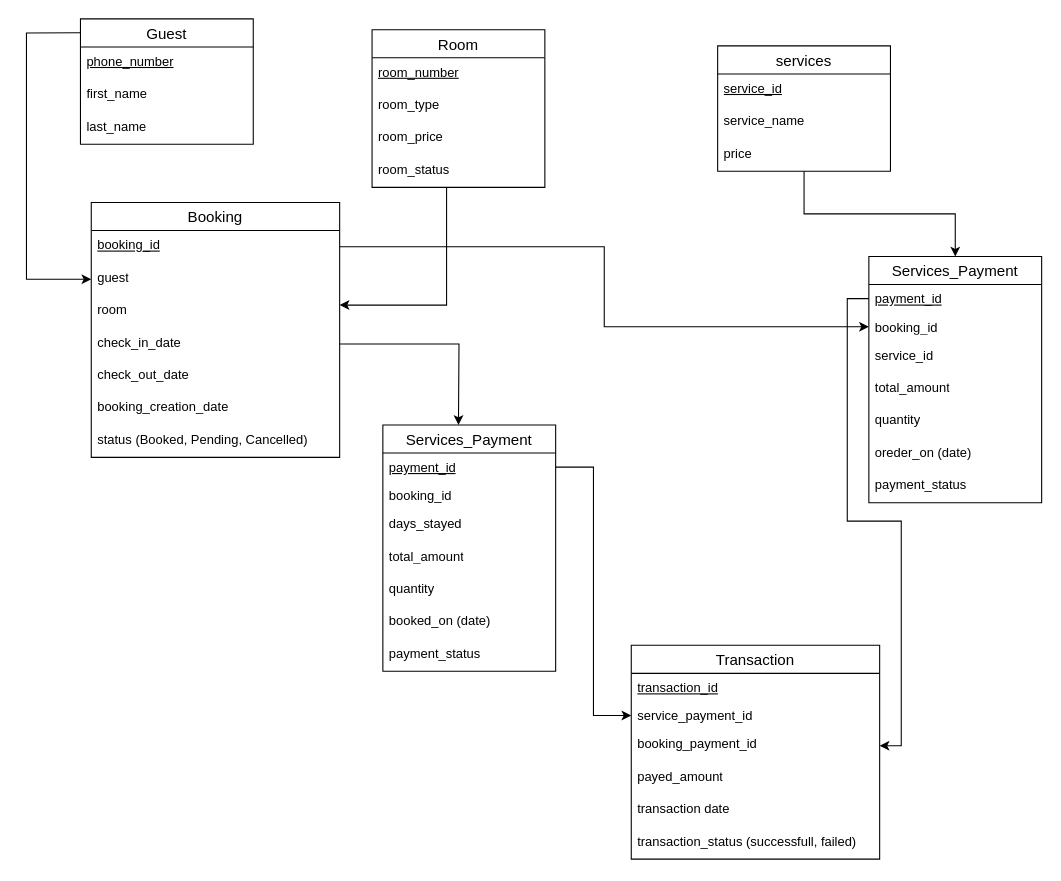
This is page "Booking Table relations" (1 of 2) of er_diagrams/eii_management.drawio from chillin9panda/hotel-system-demo, a draw.io file, before an edit. Source tidied: cells renumbered, new cells numbered last; positions are measured from the earlier drawing's top-left corner, leaving out a move shared by most shapes. Both pictures are drawn from the tidied source at 108%, with x=0, y=0 at pixel (26, 18).
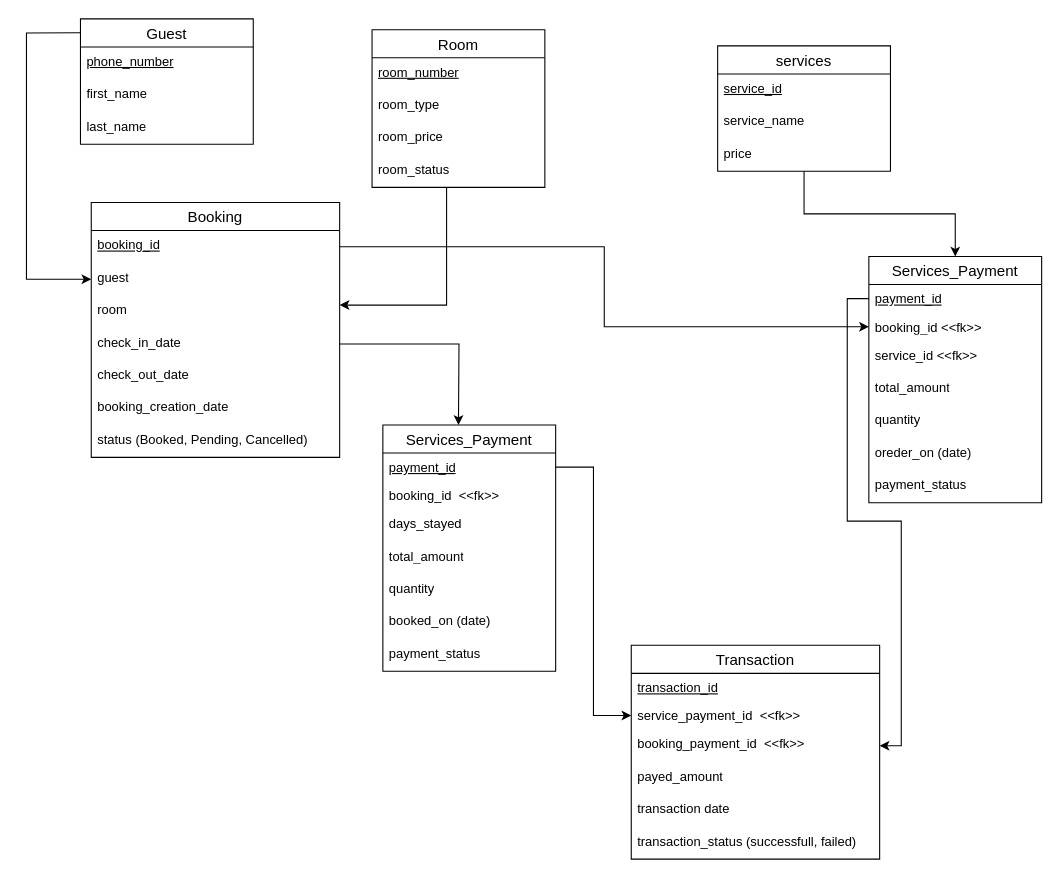
Above is the later version.

Commit message (it also covers changes not shown here):
booking relation drfinition typo fixe

Unchanged cells that the change refers to:
```xml
<mxCell id="26" value="Services_Payment" style="swimlane;fontStyle=0;horizontal=1;startSize=26;align=center;fontSize=14;" parent="1" vertex="1">
  <mxGeometry x="780" y="220" width="160" height="228" as="geometry" />
</mxCell>
<mxCell id="36" value="Services_Payment" style="swimlane;fontStyle=0;horizontal=1;startSize=26;align=center;fontSize=14;" parent="1" vertex="1">
  <mxGeometry x="330" y="376" width="160" height="228" as="geometry" />
</mxCell>
<mxCell id="44" value="Transaction" style="swimlane;fontStyle=0;horizontal=1;startSize=26;align=center;fontSize=14;" parent="1" vertex="1">
  <mxGeometry x="560" y="580" width="230" height="198" as="geometry" />
</mxCell>
```

Diff of the diagram source:
```diff
@@
-    <mxCell id="28" value="booking_id" style="text;strokeColor=none;fillColor=none;spacingLeft=4;spacingRight=4;overflow=hidden;points=[[0,0.5],[1,0.5]];portConstraint=eastwest;fontSize=12;whiteSpace=wrap;html=1;" parent="26" vertex="1">
+    <mxCell id="28" value="booking_id &amp;lt;&amp;lt;fk&amp;gt;&amp;gt;" style="text;strokeColor=none;fillColor=none;spacingLeft=4;spacingRight=4;overflow=hidden;points=[[0,0.5],[1,0.5]];portConstraint=eastwest;fontSize=12;whiteSpace=wrap;html=1;" parent="26" vertex="1">
       <mxGeometry y="52" width="160" height="26" as="geometry" />
     </mxCell>
-    <mxCell id="29" value="service_id" style="text;strokeColor=none;fillColor=none;spacingLeft=4;spacingRight=4;overflow=hidden;fontSize=12;whiteSpace=wrap;html=1;" parent="26" vertex="1">
+    <mxCell id="29" value="service_id&amp;nbsp;&amp;lt;&amp;lt;fk&amp;gt;&amp;gt;" style="text;strokeColor=none;fillColor=none;spacingLeft=4;spacingRight=4;overflow=hidden;fontSize=12;whiteSpace=wrap;html=1;" parent="26" vertex="1">
       <mxGeometry y="78" width="160" height="30" as="geometry" />
     </mxCell>
@@
-    <mxCell id="38" value="booking_id" style="text;strokeColor=none;fillColor=none;spacingLeft=4;spacingRight=4;overflow=hidden;fontSize=12;whiteSpace=wrap;html=1;" parent="36" vertex="1">
+    <mxCell id="38" value="booking_id&amp;nbsp;&amp;nbsp;&amp;lt;&amp;lt;fk&amp;gt;&amp;gt;" style="text;strokeColor=none;fillColor=none;spacingLeft=4;spacingRight=4;overflow=hidden;fontSize=12;whiteSpace=wrap;html=1;" parent="36" vertex="1">
       <mxGeometry y="52" width="160" height="26" as="geometry" />
     </mxCell>
@@
-    <mxCell id="46" value="service_payment_id" style="text;strokeColor=none;fillColor=none;spacingLeft=4;spacingRight=4;overflow=hidden;points=[[0,0.5],[1,0.5]];portConstraint=eastwest;fontSize=12;whiteSpace=wrap;html=1;" parent="44" vertex="1">
+    <mxCell id="46" value="service_payment_id&amp;nbsp;&amp;nbsp;&amp;lt;&amp;lt;fk&amp;gt;&amp;gt;" style="text;strokeColor=none;fillColor=none;spacingLeft=4;spacingRight=4;overflow=hidden;points=[[0,0.5],[1,0.5]];portConstraint=eastwest;fontSize=12;whiteSpace=wrap;html=1;" parent="44" vertex="1">
       <mxGeometry y="52" width="230" height="26" as="geometry" />
     </mxCell>
-    <mxCell id="47" value="booking_payment_id" style="text;strokeColor=none;fillColor=none;spacingLeft=4;spacingRight=4;overflow=hidden;points=[[0,0.5],[1,0.5]];portConstraint=eastwest;fontSize=12;whiteSpace=wrap;html=1;" parent="44" vertex="1">
+    <mxCell id="47" value="booking_payment_id&amp;nbsp;&amp;nbsp;&amp;lt;&amp;lt;fk&amp;gt;&amp;gt;" style="text;strokeColor=none;fillColor=none;spacingLeft=4;spacingRight=4;overflow=hidden;points=[[0,0.5],[1,0.5]];portConstraint=eastwest;fontSize=12;whiteSpace=wrap;html=1;" parent="44" vertex="1">
       <mxGeometry y="78" width="230" height="30" as="geometry" />
     </mxCell>
```
